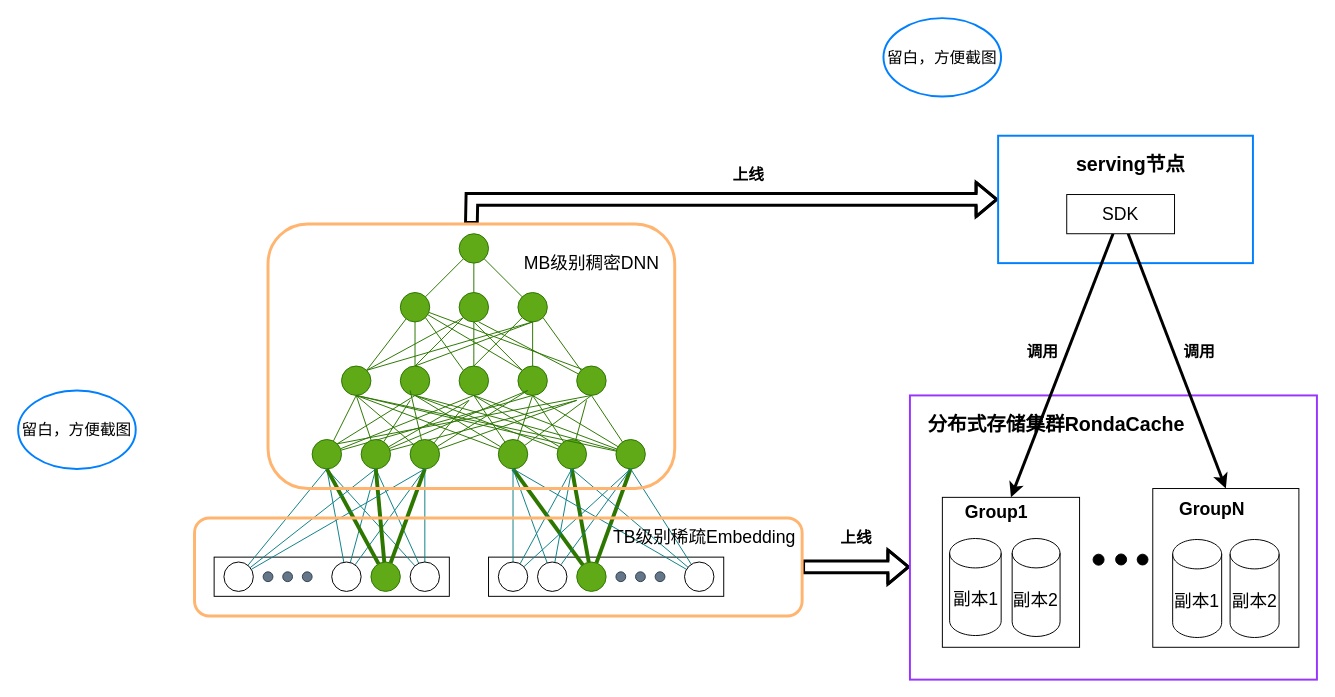
Before: 无量serving存储架构图.drawio in 111qqz/2018FALL, a draw.io diagram. Source tidied: cells renumbered, new cells numbered last; positions are measured from the earlier drawing's top-left corner, leaving out a move shared by most shapes. Both pictures are drawn from the tidied source at 98%, with x=0, y=0 at pixel (18, 18).
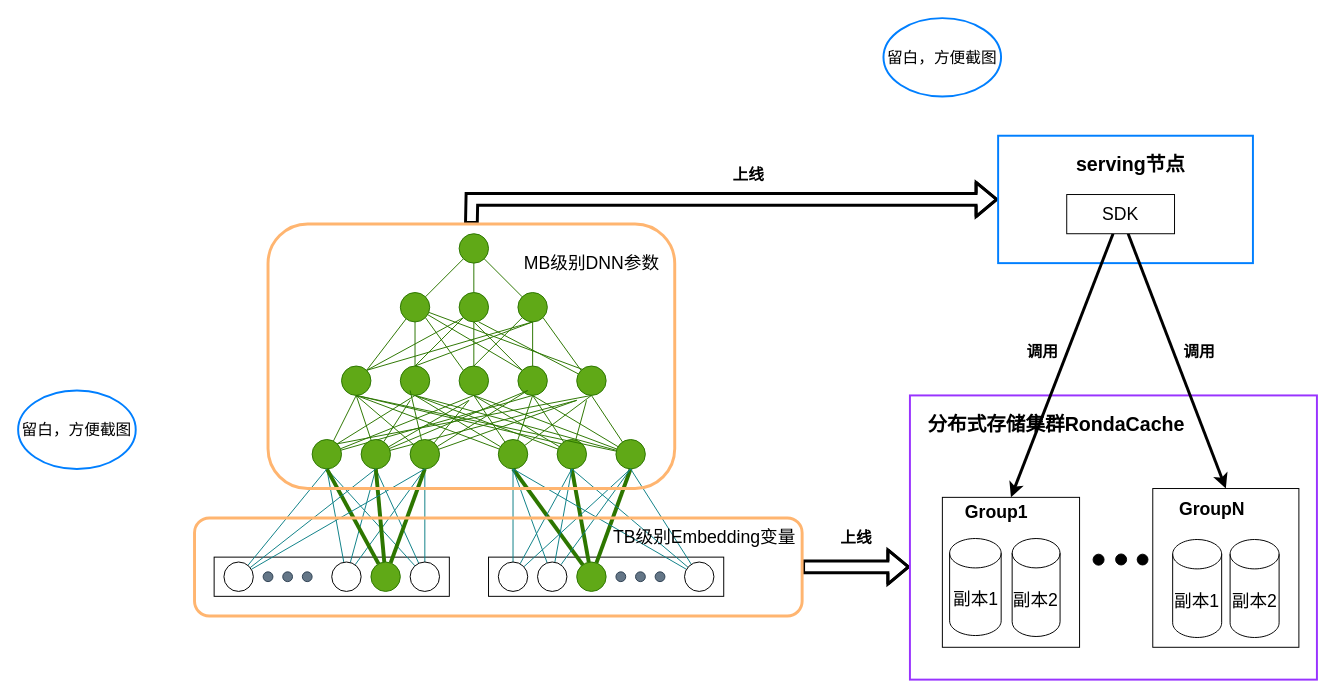
After the change.

Commit message:
修改描述，去除“”稠密“参数和"稀疏"参数的字样

Diff of the diagram source:
```diff
@@
-    <mxCell id="111" value="&lt;font style=&quot;font-size: 18px&quot;&gt;MB级别稠密DNN&lt;/font&gt;" style="text;html=1;align=center;verticalAlign=middle;strokeColor=none;fillColor=none;" parent="1" vertex="1">
+    <mxCell id="111" value="&lt;font style=&quot;font-size: 18px&quot;&gt;MB级别DNN参数&lt;/font&gt;" style="text;html=1;align=center;verticalAlign=middle;strokeColor=none;fillColor=none;" parent="1" vertex="1">
       <mxGeometry x="510" y="240" width="150" height="20" as="geometry" />
     </mxCell>
-    <mxCell id="112" value="&lt;font style=&quot;font-size: 18px&quot;&gt;TB级别稀疏Embedding&lt;/font&gt;" style="text;html=1;align=center;verticalAlign=middle;strokeColor=none;fillColor=none;" parent="1" vertex="1">
+    <mxCell id="112" value="&lt;font style=&quot;font-size: 18px&quot;&gt;TB级别Embedding变量&lt;/font&gt;" style="text;html=1;align=center;verticalAlign=middle;strokeColor=none;fillColor=none;" parent="1" vertex="1">
       <mxGeometry x="600" y="520" width="200" height="20" as="geometry" />
     </mxCell>
```
